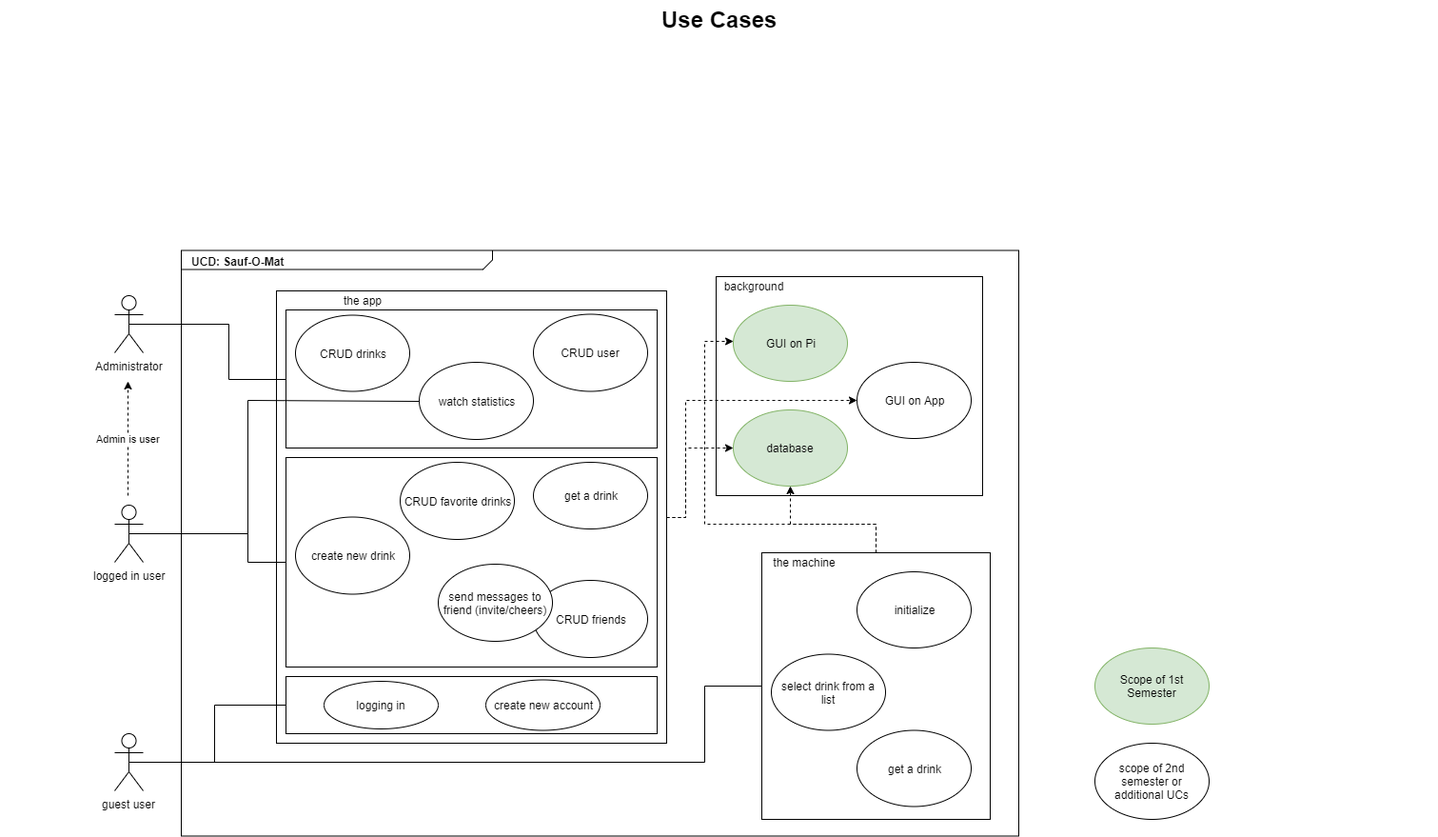
The draw.io diagram UseCaseDiagram.png in TheLordXII/OneTouch, before a commit. Source tidied: cells renumbered, new cells last; positions are measured from the earlier drawing's top-left corner, leaving out a move shared by most shapes.
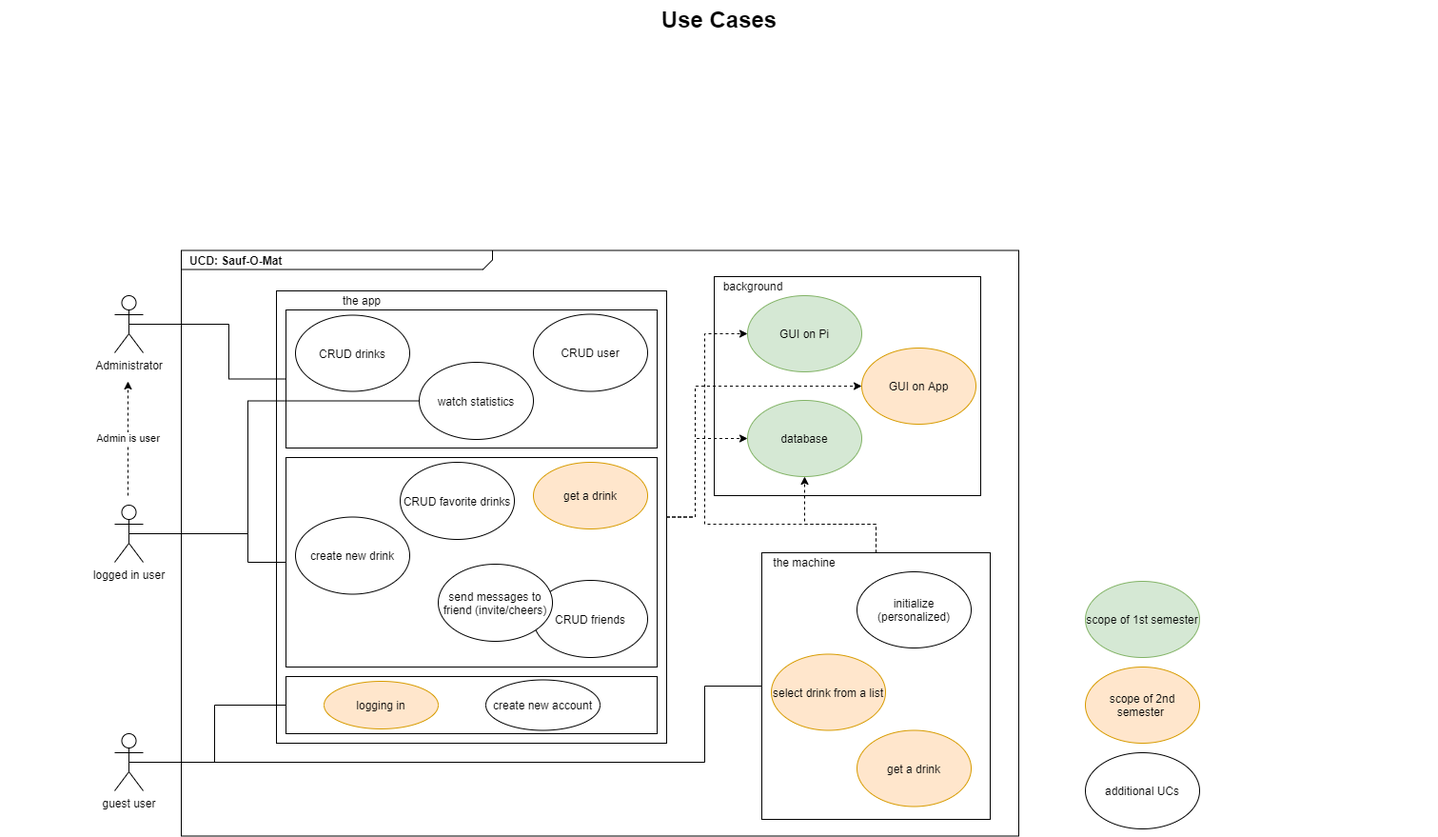
Later version of the same file.

Change to the diagram source:
```diff
@@ -2,12 +2,48 @@
   <root>
     <mxCell id="0" style="html=1;" />
     <mxCell id="1" style="html=1;" parent="0" />
+    <mxCell id="34" style="rounded=0;whiteSpace=wrap;html=1;" parent="1" vertex="1">
+      <mxGeometry x="750" y="290" width="280" height="230" as="geometry" />
+    </mxCell>
     <mxCell id="2" value="&lt;p style=&quot;margin: 0px ; margin-top: 4px ; margin-left: 10px ; text-align: left&quot;&gt;&lt;b&gt;UCD: Sauf-O-Mat&lt;/b&gt;&lt;/p&gt;" style="html=1;strokeWidth=1;shape=mxgraph.sysml.package;html=1;overflow=fill;whiteSpace=wrap;fillColor=none;gradientColor=none;fontSize=12;align=center;labelX=327.64;" parent="1" vertex="1">
       <mxGeometry x="190" y="262.5" width="880" height="615" as="geometry" />
     </mxCell>
+    <mxCell id="40" style="edgeStyle=orthogonalEdgeStyle;rounded=0;jettySize=auto;html=1;dashed=1;" parent="1" edge="1" source="3" target="38">
+      <mxGeometry relative="1" as="geometry">
+        <Array as="points">
+          <mxPoint x="730" y="543" />
+          <mxPoint x="730" y="460" />
+        </Array>
+      </mxGeometry>
+    </mxCell>
+    <mxCell id="41" style="edgeStyle=orthogonalEdgeStyle;rounded=0;jettySize=auto;html=1;dashed=1;" parent="1" edge="1" source="3" target="37">
+      <mxGeometry relative="1" as="geometry">
+        <Array as="points">
+          <mxPoint x="730" y="543" />
+          <mxPoint x="730" y="405" />
+        </Array>
+      </mxGeometry>
+    </mxCell>
     <mxCell id="3" style="rounded=0;whiteSpace=wrap;html=1;" parent="1" vertex="1">
       <mxGeometry x="290" y="305" width="410" height="475" as="geometry" />
     </mxCell>
+    <mxCell id="44" style="edgeStyle=orthogonalEdgeStyle;rounded=0;jettySize=auto;html=1;dashed=1;" parent="1" edge="1" source="4" target="38">
+      <mxGeometry relative="1" as="geometry">
+        <Array as="points">
+          <mxPoint x="920" y="550" />
+          <mxPoint x="845" y="550" />
+        </Array>
+      </mxGeometry>
+    </mxCell>
+    <mxCell id="42" style="edgeStyle=orthogonalEdgeStyle;rounded=0;jettySize=auto;html=1;dashed=1;" parent="1" edge="1" source="4" target="36">
+      <mxGeometry relative="1" as="geometry">
+        <Array as="points">
+          <mxPoint x="920" y="550" />
+          <mxPoint x="740" y="550" />
+          <mxPoint x="740" y="350" />
+        </Array>
+      </mxGeometry>
+    </mxCell>
     <mxCell id="4" value="&lt;p style=&quot;line-height: 120%&quot;&gt;&lt;br&gt;&lt;/p&gt;" style="rounded=0;whiteSpace=wrap;html=1;align=left;" parent="1" vertex="1">
       <mxGeometry x="800" y="580" width="240" height="280" as="geometry" />
     </mxCell>
@@ -31,10 +67,10 @@
     <mxCell id="9" value="Administrator" style="shape=umlActor;verticalLabelPosition=bottom;labelBackgroundColor=#ffffff;verticalAlign=top;html=1;outlineConnect=0;" parent="1" vertex="1">
       <mxGeometry x="120" y="310" width="30" height="60" as="geometry" />
     </mxCell>
-    <mxCell id="10" value="get a drink" style="ellipse;whiteSpace=wrap;html=1;" parent="1" vertex="1">
+    <mxCell id="10" value="get a drink" style="ellipse;whiteSpace=wrap;html=1;fillColor=#ffe6cc;strokeColor=#d79b00;" parent="1" vertex="1">
       <mxGeometry x="900" y="766.5" width="120" height="80" as="geometry" />
     </mxCell>
-    <mxCell id="11" value="select drink from a list" style="ellipse;whiteSpace=wrap;html=1;" parent="1" vertex="1">
+    <mxCell id="11" value="select drink from a list" style="ellipse;whiteSpace=wrap;html=1;fillColor=#ffe6cc;strokeColor=#d79b00;" parent="1" vertex="1">
       <mxGeometry x="810" y="686.5" width="120" height="80" as="geometry" />
     </mxCell>
     <mxCell id="12" value="the machine" style="text;html=1;strokeColor=none;fillColor=none;align=center;verticalAlign=middle;whiteSpace=wrap;rounded=0;" parent="1" vertex="1">
@@ -43,7 +79,7 @@
     <mxCell id="13" value="the app" style="text;html=1;strokeColor=none;fillColor=none;align=center;verticalAlign=middle;whiteSpace=wrap;rounded=0;" parent="1" vertex="1">
       <mxGeometry x="340" y="305" width="80" height="20" as="geometry" />
     </mxCell>
-    <mxCell id="14" value="initialize" style="ellipse;whiteSpace=wrap;html=1;" parent="1" vertex="1">
+    <mxCell id="14" value="initialize (personalized)" style="ellipse;whiteSpace=wrap;html=1;" parent="1" vertex="1">
       <mxGeometry x="900" y="600" width="120" height="80" as="geometry" />
     </mxCell>
     <mxCell id="15" value="Admin is user" style="endArrow=classic;dashed=1;html=1;endFill=1;" parent="1" edge="1">
@@ -52,8 +88,8 @@
         <mxPoint x="134" y="400" as="targetPoint" />
       </mxGeometry>
     </mxCell>
-    <mxCell id="16" value="scope of 2nd semester or additional UCs" style="ellipse;whiteSpace=wrap;html=1;" parent="1" vertex="1">
-      <mxGeometry x="1150" y="780" width="120" height="80" as="geometry" />
+    <mxCell id="16" value="additional UCs" style="ellipse;whiteSpace=wrap;html=1;" parent="1" vertex="1">
+      <mxGeometry x="1140" y="790" width="120" height="80" as="geometry" />
     </mxCell>
     <mxCell id="17" style="rounded=0;whiteSpace=wrap;html=1;" parent="1" vertex="1">
       <mxGeometry x="300" y="325" width="390" height="145" as="geometry" />
@@ -100,7 +136,7 @@
     <mxCell id="26" style="edgeStyle=orthogonalEdgeStyle;rounded=0;jettySize=auto;html=1;exitX=0.5;exitY=0.5;exitDx=0;exitDy=0;exitPerimeter=0;entryX=0;entryY=0.5;entryDx=0;entryDy=0;endArrow=none;endFill=0;" parent="1" edge="1" source="8" target="24">
       <mxGeometry relative="1" as="geometry" />
     </mxCell>
-    <mxCell id="27" value="logging in" style="ellipse;whiteSpace=wrap;html=1;" parent="1" vertex="1">
+    <mxCell id="27" value="logging in" style="ellipse;whiteSpace=wrap;html=1;fillColor=#ffe6cc;strokeColor=#d79b00;" parent="1" vertex="1">
       <mxGeometry x="340" y="715" width="120" height="50" as="geometry" />
     </mxCell>
     <mxCell id="28" value="create new drink" style="ellipse;whiteSpace=wrap;html=1;" parent="1" vertex="1">
@@ -118,60 +154,26 @@
     <mxCell id="32" value="create new account" style="ellipse;whiteSpace=wrap;html=1;" parent="1" vertex="1">
       <mxGeometry x="510" y="713.5" width="120" height="53" as="geometry" />
     </mxCell>
-    <mxCell id="33" value="get a drink" style="ellipse;whiteSpace=wrap;html=1;" parent="1" vertex="1">
+    <mxCell id="33" value="get a drink" style="ellipse;whiteSpace=wrap;html=1;fillColor=#ffe6cc;strokeColor=#d79b00;" parent="1" vertex="1">
       <mxGeometry x="560" y="485" width="120" height="70" as="geometry" />
     </mxCell>
-    <mxCell id="34" style="rounded=0;whiteSpace=wrap;html=1;" parent="1" vertex="1">
-      <mxGeometry x="752" y="290" width="280" height="230" as="geometry" />
-    </mxCell>
     <mxCell id="35" value="background" style="text;html=1;strokeColor=none;fillColor=none;align=center;verticalAlign=middle;whiteSpace=wrap;rounded=0;" parent="1" vertex="1">
       <mxGeometry x="752" y="290" width="78" height="20" as="geometry" />
     </mxCell>
     <mxCell id="36" value="GUI on Pi" style="ellipse;whiteSpace=wrap;html=1;fillColor=#d5e8d4;strokeColor=#82b366;" parent="1" vertex="1">
-      <mxGeometry x="770" y="320" width="120" height="80" as="geometry" />
+      <mxGeometry x="785" y="310" width="120" height="80" as="geometry" />
     </mxCell>
+    <mxCell id="38" value="database" style="ellipse;whiteSpace=wrap;html=1;fillColor=#d5e8d4;strokeColor=#82b366;" parent="1" vertex="1">
+      <mxGeometry x="785" y="420" width="120" height="80" as="geometry" />
+    </mxCell>
-    <mxCell id="37" value="GUI on App" style="ellipse;whiteSpace=wrap;html=1;" parent="1" vertex="1">
-      <mxGeometry x="900" y="380" width="120" height="80" as="geometry" />
+    <mxCell id="37" value="GUI on App" style="ellipse;whiteSpace=wrap;html=1;fillColor=#ffe6cc;strokeColor=#d79b00;" parent="1" vertex="1">
+      <mxGeometry x="905" y="365" width="120" height="80" as="geometry" />
     </mxCell>
-    <mxCell id="38" value="database" style="ellipse;whiteSpace=wrap;html=1;fillColor=#d5e8d4;strokeColor=#82b366;" parent="1" vertex="1">
-      <mxGeometry x="770" y="430" width="120" height="80" as="geometry" />
-    </mxCell>
-    <mxCell id="39" value="Scope of 1st Semester" style="ellipse;whiteSpace=wrap;html=1;fillColor=#d5e8d4;strokeColor=#82b366;" parent="1" vertex="1">
-      <mxGeometry x="1150" y="680" width="120" height="80" as="geometry" />
-    </mxCell>
-    <mxCell id="40" style="endArrow=classic;html=1;exitX=1;exitY=0.5;exitDx=0;exitDy=0;entryX=0;entryY=0.5;entryDx=0;entryDy=0;rounded=0;dashed=1;edgeStyle=orthogonalEdgeStyle;" parent="1" edge="1" source="3" target="38">
-      <mxGeometry relative="1" as="geometry">
-        <Array as="points">
-          <mxPoint x="720" y="543" />
-          <mxPoint x="720" y="470" />
-        </Array>
-      </mxGeometry>
-    </mxCell>
-    <mxCell id="41" style="endArrow=classic;html=1;exitX=1;exitY=0.5;exitDx=0;exitDy=0;entryX=0;entryY=0.5;entryDx=0;entryDy=0;rounded=0;dashed=1;edgeStyle=orthogonalEdgeStyle;" parent="1" edge="1" source="3" target="37">
-      <mxGeometry relative="1" as="geometry">
-        <Array as="points">
-          <mxPoint x="720" y="543" />
-          <mxPoint x="720" y="420" />
-        </Array>
-      </mxGeometry>
-    </mxCell>
-    <mxCell id="42" style="endArrow=classic;html=1;exitX=0.5;exitY=0;exitDx=0;exitDy=0;rounded=0;dashed=1;edgeStyle=orthogonalEdgeStyle;" parent="1" edge="1" source="4" target="36">
-      <mxGeometry relative="1" as="geometry">
-        <Array as="points">
-          <mxPoint x="920" y="550" />
-          <mxPoint x="740" y="550" />
-          <mxPoint x="740" y="358" />
-        </Array>
-      </mxGeometry>
-    </mxCell>
-    <mxCell id="43" style="endArrow=classic;html=1;entryX=0.5;entryY=1;entryDx=0;entryDy=0;rounded=0;dashed=1;edgeStyle=orthogonalEdgeStyle;" parent="1" edge="1" target="38">
-      <mxGeometry relative="1" as="geometry">
-        <mxPoint x="920" y="580" as="sourcePoint" />
-        <Array as="points">
-          <mxPoint x="920" y="550" />
-          <mxPoint x="830" y="550" />
-        </Array>
-      </mxGeometry>
-    </mxCell>
+    <mxCell id="45" value="scope of 2nd semester&amp;nbsp;" style="ellipse;whiteSpace=wrap;html=1;fillColor=#ffe6cc;strokeColor=#d79b00;" parent="1" vertex="1">
+      <mxGeometry x="1140" y="700" width="120" height="80" as="geometry" />
+    </mxCell>
+    <mxCell id="46" value="scope of 1st semester" style="ellipse;whiteSpace=wrap;html=1;fillColor=#d5e8d4;strokeColor=#82b366;" parent="1" vertex="1">
+      <mxGeometry x="1140" y="610" width="120" height="80" as="geometry" />
+    </mxCell>
   </root>
 </mxGraphModel>
```
